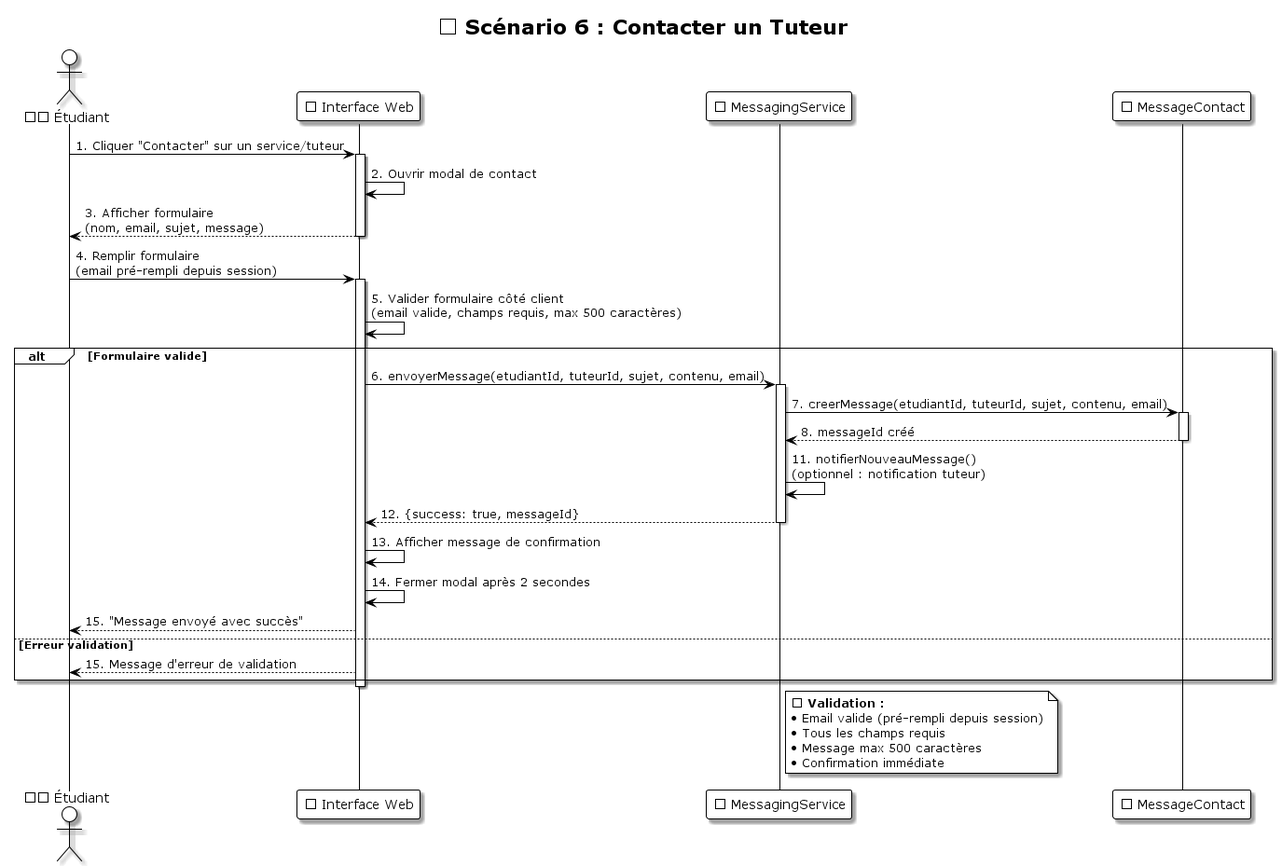
This is UML/diagrammes_sequence/Sequence_06_Contacter_Tuteur.png from LLAbdul/LLAbdul-projet-tutoplus, a PlantUML export, as it was before one commit.
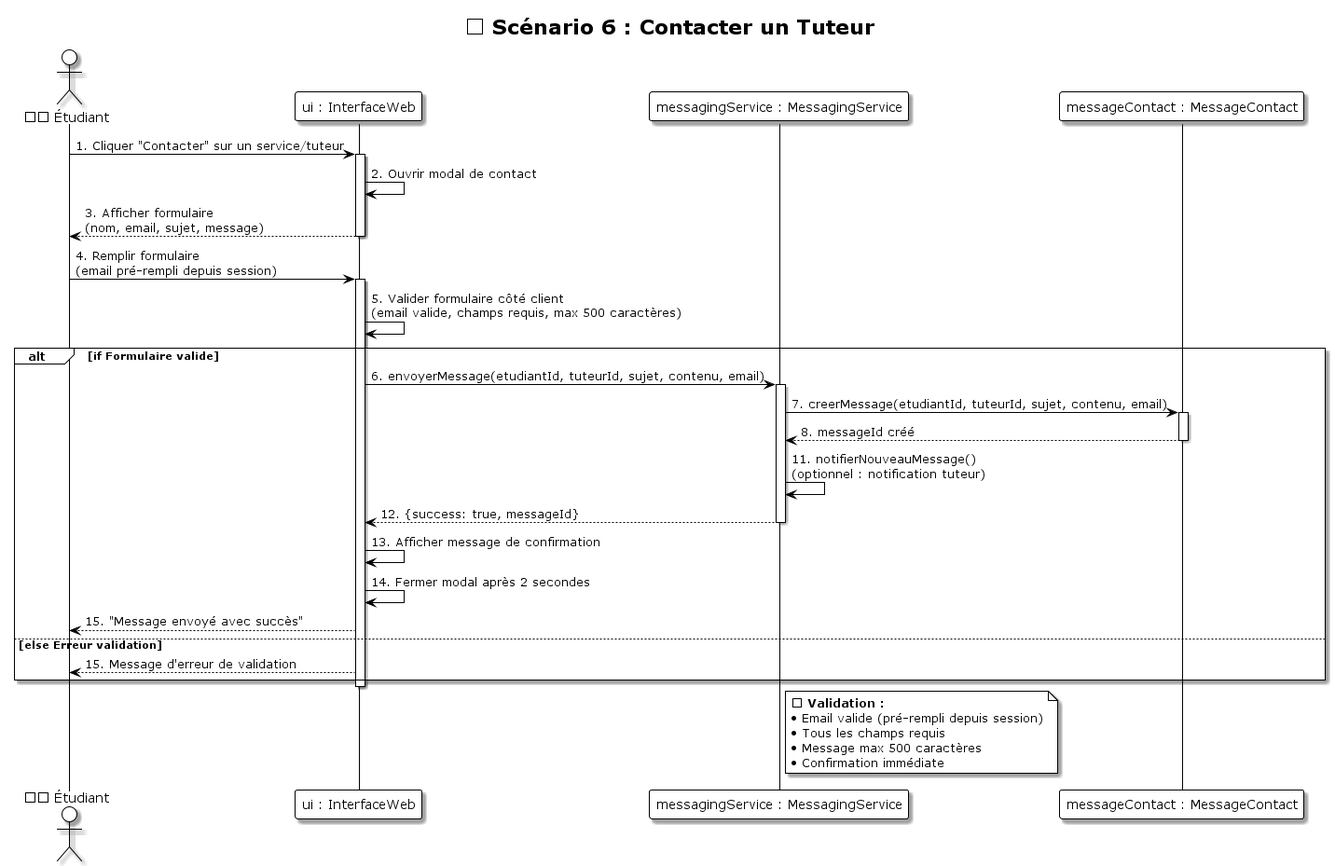
The same diagram one commit later.

Commit message:
update diagrame de sequence

Diff of the diagram source:
```diff
@@ -6,9 +6,9 @@
 title 💬 Scénario 6 : Contacter un Tuteur
 
 actor "👨‍🎓 Étudiant" as Etudiant
-participant "🌐 Interface Web" as UI
-participant "💬 MessagingService" as MessagingService
-participant "💬 MessageContact" as MessageContact
+participant "ui : InterfaceWeb" as UI
+participant "messagingService : MessagingService" as MessagingService
+participant "messageContact : MessageContact" as MessageContact
 
 Etudiant -> UI: 1. Cliquer "Contacter" sur un service/tuteur
 activate UI
@@ -20,7 +20,7 @@
 activate UI
 UI -> UI: 5. Valider formulaire côté client\n(email valide, champs requis, max 500 caractères)
 
-alt Formulaire valide
+alt if Formulaire valide
     UI -> MessagingService: 6. envoyerMessage(etudiantId, tuteurId, sujet, contenu, email)
     activate MessagingService
 
@@ -37,7 +37,7 @@
     UI -> UI: 13. Afficher message de confirmation
     UI -> UI: 14. Fermer modal après 2 secondes
     UI --> Etudiant: 15. "Message envoyé avec succès"
-else Erreur validation
+else else Erreur validation
     UI --> Etudiant: 15. Message d'erreur de validation
 end
 
```
